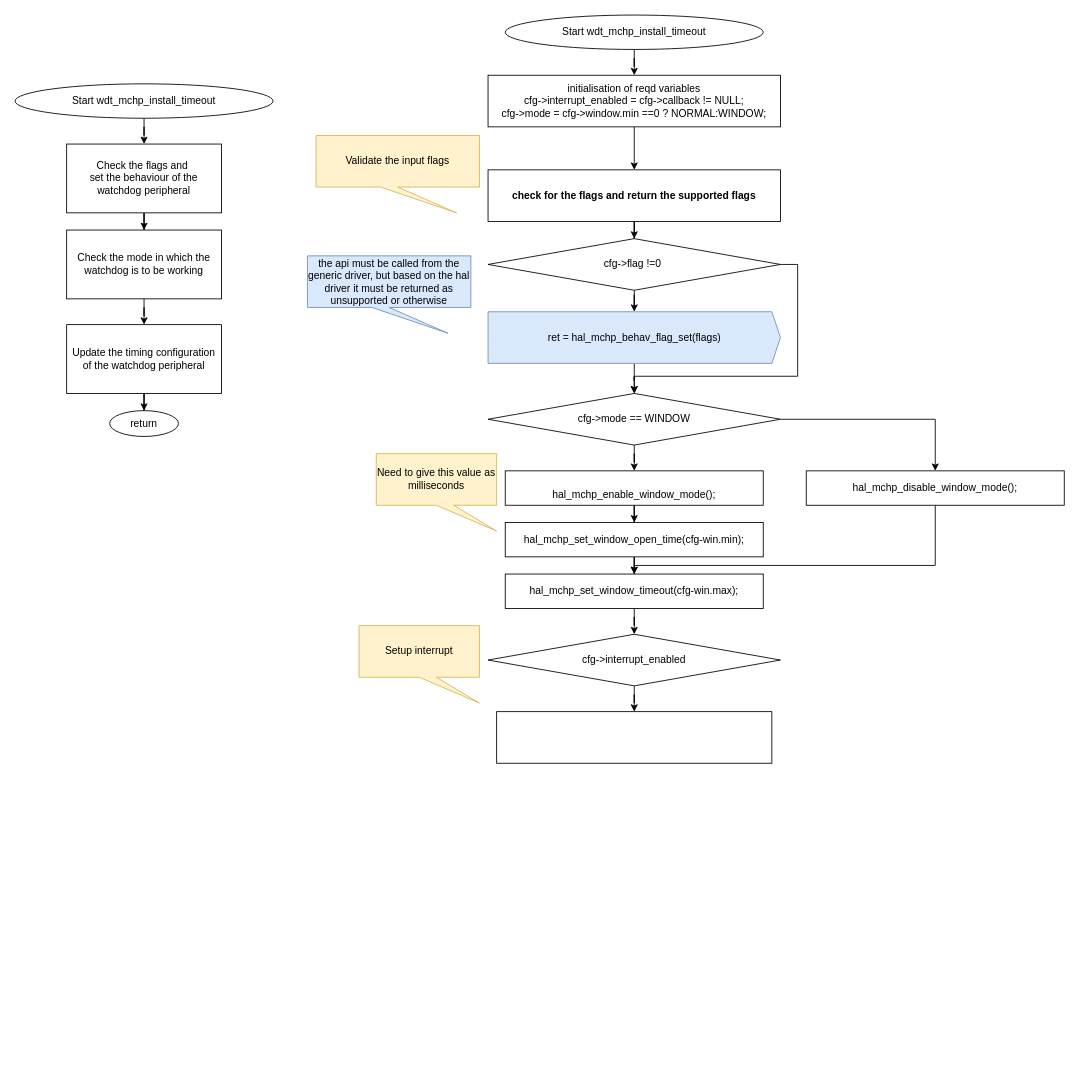
Earlier version of the draw.io diagram page "Generic driver" (1 of 3) of Watchdog design.drawio (ghostMan-pac/aurora_final). Source tidied: cells renumbered, new cells numbered last; positions are measured from the earlier drawing's top-left corner, leaving out a move shared by most shapes. Both pictures are drawn from the tidied source at 86%, with x=0, y=0 at pixel (15, 15).
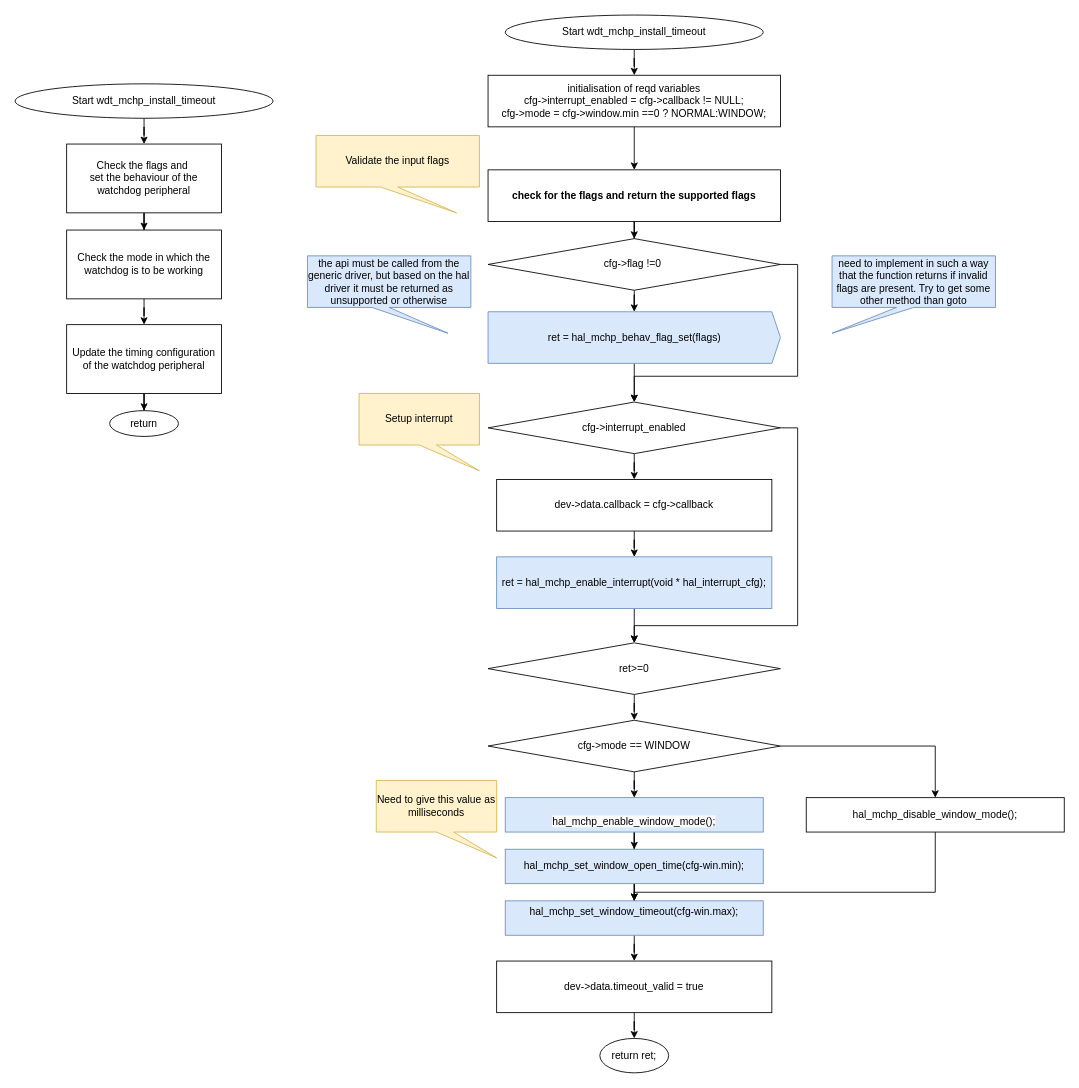
The same diagram, later.

Commit message:
updated the generic api of install timeout

The change refers to these unchanged cells:
```xml
<mxCell id="8" value="cfg-&amp;gt;flag !=0&amp;nbsp;" style="rhombus;whiteSpace=wrap;html=1;" parent="1" vertex="1">
  <mxGeometry x="550" y="260" width="340" height="60" as="geometry" />
</mxCell>
<mxCell id="12" value="ret = hal_mchp_behav_flag_set(flags)" style="html=1;shadow=0;dashed=0;align=center;verticalAlign=middle;shape=mxgraph.arrows2.arrow;dy=0;dx=10;notch=0;fillColor=#dae8fc;strokeColor=#6c8ebf;" parent="1" vertex="1">
  <mxGeometry x="550" y="345" width="340" height="60" as="geometry" />
</mxCell>
```

What changed in the source:
```diff
@@
-    <mxCell id="7" style="edgeStyle=orthogonalEdgeStyle;shape=connector;rounded=0;jettySize=auto;html=1;exitX=1;exitY=0.5;exitDx=0;exitDy=0;entryX=0.5;entryY=0;entryDx=0;entryDy=0;strokeColor=default;strokeWidth=1;align=center;verticalAlign=middle;fontFamily=Helvetica;fontSize=11;fontColor=default;labelBackgroundColor=default;endArrow=classic;" parent="1" edge="1" source="8" target="15">
+    <mxCell id="7" style="edgeStyle=orthogonalEdgeStyle;shape=connector;rounded=0;jettySize=auto;html=1;exitX=1;exitY=0.5;exitDx=0;exitDy=0;entryX=0.5;entryY=0;entryDx=0;entryDy=0;strokeColor=default;strokeWidth=1;align=center;verticalAlign=middle;fontFamily=Helvetica;fontSize=11;fontColor=default;labelBackgroundColor=default;endArrow=classic;" parent="1" edge="1" source="8" target="38">
       <mxGeometry relative="1" as="geometry">
         <Array as="points">
           <mxPoint x="910" y="290" />
           <mxPoint x="910" y="420" />
           <mxPoint x="720" y="420" />
         </Array>
       </mxGeometry>
     </mxCell>
@@
-    <mxCell id="11" style="edgeStyle=orthogonalEdgeStyle;shape=connector;rounded=0;jettySize=auto;html=1;strokeColor=default;strokeWidth=1;align=center;verticalAlign=middle;fontFamily=Helvetica;fontSize=11;fontColor=default;labelBackgroundColor=default;endArrow=classic;" parent="1" edge="1" source="12" target="15">
+    <mxCell id="11" style="edgeStyle=orthogonalEdgeStyle;shape=connector;rounded=0;jettySize=auto;html=1;strokeColor=default;strokeWidth=1;align=center;verticalAlign=middle;fontFamily=Helvetica;fontSize=11;fontColor=default;labelBackgroundColor=default;endArrow=classic;entryX=0.5;entryY=0;entryDx=0;entryDy=0;" parent="1" edge="1" source="12" target="38">
       <mxGeometry relative="1" as="geometry" />
     </mxCell>
@@
-    <mxCell id="13" style="edgeStyle=orthogonalEdgeStyle;shape=connector;rounded=0;jettySize=auto;html=1;strokeColor=default;strokeWidth=1;align=center;verticalAlign=middle;fontFamily=Helvetica;fontSize=11;fontColor=default;labelBackgroundColor=default;endArrow=classic;" parent="1" edge="1" source="15" target="28">
-      <mxGeometry relative="1" as="geometry" />
-    </mxCell>
-    <mxCell id="14" style="edgeStyle=orthogonalEdgeStyle;shape=connector;rounded=0;jettySize=auto;html=1;entryX=0.5;entryY=0;entryDx=0;entryDy=0;strokeColor=default;strokeWidth=1;align=center;verticalAlign=middle;fontFamily=Helvetica;fontSize=11;fontColor=default;labelBackgroundColor=default;endArrow=classic;" parent="1" edge="1" source="15" target="35">
-      <mxGeometry relative="1" as="geometry" />
-    </mxCell>
-    <mxCell id="15" value="cfg-&amp;gt;mode == WINDOW" style="rhombus;whiteSpace=wrap;html=1;" parent="1" vertex="1">
-      <mxGeometry x="550" y="440" width="340" height="60" as="geometry" />
-    </mxCell>
@@
+    <mxCell id="40" value="need to implement in such a way that the function returns if invalid flags are present. Try to get some other method than goto" style="shape=callout;whiteSpace=wrap;html=1;perimeter=calloutPerimeter;position2=1;fillColor=#dae8fc;strokeColor=#6c8ebf;flipH=1;" parent="1" vertex="1">
+      <mxGeometry x="950" y="280" width="190" height="90" as="geometry" />
+    </mxCell>
+    <mxCell id="36" value="Setup interrupt" style="shape=callout;whiteSpace=wrap;html=1;perimeter=calloutPerimeter;position2=1;fillColor=#fff2cc;strokeColor=#d6b656;" parent="1" vertex="1">
+      <mxGeometry x="400" y="440" width="140" height="90" as="geometry" />
+    </mxCell>
+    <mxCell id="41" style="edgeStyle=orthogonalEdgeStyle;shape=connector;rounded=0;jettySize=auto;html=1;strokeColor=default;strokeWidth=1;align=center;verticalAlign=middle;fontFamily=Helvetica;fontSize=11;fontColor=default;labelBackgroundColor=default;endArrow=classic;" parent="1" edge="1" source="38" target="44">
+      <mxGeometry relative="1" as="geometry" />
+    </mxCell>
+    <mxCell id="42" style="edgeStyle=orthogonalEdgeStyle;shape=connector;rounded=0;jettySize=auto;html=1;exitX=1;exitY=0.5;exitDx=0;exitDy=0;entryX=0.5;entryY=0;entryDx=0;entryDy=0;strokeColor=default;strokeWidth=1;align=center;verticalAlign=middle;fontFamily=Helvetica;fontSize=11;fontColor=default;labelBackgroundColor=default;endArrow=classic;" parent="1" edge="1" source="38" target="48">
+      <mxGeometry relative="1" as="geometry">
+        <Array as="points">
+          <mxPoint x="910" y="480" />
+          <mxPoint x="910" y="710" />
+          <mxPoint x="720" y="710" />
+        </Array>
+      </mxGeometry>
+    </mxCell>
+    <mxCell id="38" value="cfg-&amp;gt;interrupt_enabled" style="rhombus;whiteSpace=wrap;html=1;" parent="1" vertex="1">
+      <mxGeometry x="550" y="450" width="340" height="60" as="geometry" />
+    </mxCell>
+    <mxCell id="43" style="edgeStyle=orthogonalEdgeStyle;shape=connector;rounded=0;jettySize=auto;html=1;strokeColor=default;strokeWidth=1;align=center;verticalAlign=middle;fontFamily=Helvetica;fontSize=11;fontColor=default;labelBackgroundColor=default;endArrow=classic;" parent="1" edge="1" source="44" target="46">
+      <mxGeometry relative="1" as="geometry" />
+    </mxCell>
+    <mxCell id="44" value="dev-&amp;gt;data.callback = cfg-&amp;gt;callback" style="whiteSpace=wrap;html=1;" parent="1" vertex="1">
+      <mxGeometry x="560" y="540" width="320" height="60" as="geometry" />
+    </mxCell>
+    <mxCell id="45" style="edgeStyle=orthogonalEdgeStyle;shape=connector;rounded=0;jettySize=auto;html=1;entryX=0.5;entryY=0;entryDx=0;entryDy=0;strokeColor=default;strokeWidth=1;align=center;verticalAlign=middle;fontFamily=Helvetica;fontSize=11;fontColor=default;labelBackgroundColor=default;endArrow=classic;" parent="1" edge="1" source="46" target="48">
+      <mxGeometry relative="1" as="geometry" />
+    </mxCell>
+    <mxCell id="46" value="ret = hal_mchp_enable_interrupt(void * hal_interrupt_cfg);" style="whiteSpace=wrap;html=1;fillColor=#dae8fc;strokeColor=#6c8ebf;" parent="1" vertex="1">
+      <mxGeometry x="560" y="630" width="320" height="60" as="geometry" />
+    </mxCell>
+    <mxCell id="47" style="edgeStyle=orthogonalEdgeStyle;shape=connector;rounded=0;jettySize=auto;html=1;entryX=0.5;entryY=0;entryDx=0;entryDy=0;strokeColor=default;strokeWidth=1;align=center;verticalAlign=middle;fontFamily=Helvetica;fontSize=11;fontColor=default;labelBackgroundColor=default;endArrow=classic;" parent="1" edge="1" source="48" target="15">
+      <mxGeometry relative="1" as="geometry" />
+    </mxCell>
+    <mxCell id="48" value="ret&amp;gt;=0" style="rhombus;whiteSpace=wrap;html=1;" parent="1" vertex="1">
+      <mxGeometry x="550" y="730" width="340" height="60" as="geometry" />
+    </mxCell>
+    <mxCell id="49" style="edgeStyle=orthogonalEdgeStyle;shape=connector;rounded=0;jettySize=auto;html=1;strokeColor=default;strokeWidth=1;align=center;verticalAlign=middle;fontFamily=Helvetica;fontSize=11;fontColor=default;labelBackgroundColor=default;endArrow=classic;" parent="1" edge="1" source="50" target="52">
+      <mxGeometry relative="1" as="geometry" />
+    </mxCell>
+    <mxCell id="50" value="dev-&amp;gt;data.timeout_valid = true" style="whiteSpace=wrap;html=1;" parent="1" vertex="1">
+      <mxGeometry x="560" y="1100" width="320" height="60" as="geometry" />
+    </mxCell>
+    <mxCell id="13" style="edgeStyle=orthogonalEdgeStyle;shape=connector;rounded=0;jettySize=auto;html=1;strokeColor=default;strokeWidth=1;align=center;verticalAlign=middle;fontFamily=Helvetica;fontSize=11;fontColor=default;labelBackgroundColor=default;endArrow=classic;" parent="1" edge="1" source="15" target="28">
+      <mxGeometry relative="1" as="geometry" />
+    </mxCell>
+    <mxCell id="14" style="edgeStyle=orthogonalEdgeStyle;shape=connector;rounded=0;jettySize=auto;html=1;entryX=0.5;entryY=0;entryDx=0;entryDy=0;strokeColor=default;strokeWidth=1;align=center;verticalAlign=middle;fontFamily=Helvetica;fontSize=11;fontColor=default;labelBackgroundColor=default;endArrow=classic;" parent="1" edge="1" source="15" target="35">
+      <mxGeometry relative="1" as="geometry" />
+    </mxCell>
+    <mxCell id="15" value="cfg-&amp;gt;mode == WINDOW" style="rhombus;whiteSpace=wrap;html=1;" parent="1" vertex="1">
+      <mxGeometry x="550" y="820" width="340" height="60" as="geometry" />
+    </mxCell>
@@
-    <mxCell id="28" value="&lt;br&gt;&lt;span style=&quot;color: rgb(0, 0, 0); font-family: Helvetica; font-size: 12px; font-style: normal; font-variant-ligatures: normal; font-variant-caps: normal; font-weight: 400; letter-spacing: normal; orphans: 2; text-align: center; text-indent: 0px; text-transform: none; widows: 2; word-spacing: 0px; -webkit-text-stroke-width: 0px; white-space: normal; background-color: rgb(251, 251, 251); text-decoration-thickness: initial; text-decoration-style: initial; text-decoration-color: initial; float: none; display: inline !important;&quot;&gt;hal_mchp_enable_window_mode();&lt;/span&gt;" style="whiteSpace=wrap;html=1;" parent="1" vertex="1">
-      <mxGeometry x="570" y="530" width="300" height="40" as="geometry" />
+    <mxCell id="28" value="&lt;br&gt;&lt;span style=&quot;color: rgb(0, 0, 0); font-family: Helvetica; font-size: 12px; font-style: normal; font-variant-ligatures: normal; font-variant-caps: normal; font-weight: 400; letter-spacing: normal; orphans: 2; text-align: center; text-indent: 0px; text-transform: none; widows: 2; word-spacing: 0px; -webkit-text-stroke-width: 0px; white-space: normal; background-color: rgb(251, 251, 251); text-decoration-thickness: initial; text-decoration-style: initial; text-decoration-color: initial; float: none; display: inline !important;&quot;&gt;hal_mchp_enable_window_mode();&lt;/span&gt;" style="whiteSpace=wrap;html=1;fillColor=#dae8fc;strokeColor=#6c8ebf;" parent="1" vertex="1">
+      <mxGeometry x="570" y="910" width="300" height="40" as="geometry" />
     </mxCell>
     <mxCell id="29" value="Need to give this value as milliseconds" style="shape=callout;whiteSpace=wrap;html=1;perimeter=calloutPerimeter;position2=1;fillColor=#fff2cc;strokeColor=#d6b656;" parent="1" vertex="1">
-      <mxGeometry x="420" y="510" width="140" height="90" as="geometry" />
+      <mxGeometry x="420" y="890" width="140" height="90" as="geometry" />
     </mxCell>
@@
-    <mxCell id="31" value="hal_mchp_set_window_open_time(cfg-win.min);" style="whiteSpace=wrap;html=1;" parent="1" vertex="1">
-      <mxGeometry x="570" y="590" width="300" height="40" as="geometry" />
+    <mxCell id="31" value="hal_mchp_set_window_open_time(cfg-win.min);" style="whiteSpace=wrap;html=1;fillColor=#dae8fc;strokeColor=#6c8ebf;" parent="1" vertex="1">
+      <mxGeometry x="570" y="970" width="300" height="40" as="geometry" />
     </mxCell>
-    <mxCell id="32" style="edgeStyle=orthogonalEdgeStyle;shape=connector;rounded=0;jettySize=auto;html=1;strokeColor=default;strokeWidth=1;align=center;verticalAlign=middle;fontFamily=Helvetica;fontSize=11;fontColor=default;labelBackgroundColor=default;endArrow=classic;" parent="1" edge="1" source="33" target="38">
-      <mxGeometry relative="1" as="geometry" />
-    </mxCell>
+    <mxCell id="51" style="edgeStyle=orthogonalEdgeStyle;shape=connector;rounded=0;jettySize=auto;html=1;strokeColor=default;strokeWidth=1;align=center;verticalAlign=middle;fontFamily=Helvetica;fontSize=11;fontColor=default;labelBackgroundColor=default;endArrow=classic;" parent="1" edge="1" source="33" target="50">
+      <mxGeometry relative="1" as="geometry" />
+    </mxCell>
-    <mxCell id="33" value="hal_mchp_set_window_timeout(cfg-win.max);" style="whiteSpace=wrap;html=1;" parent="1" vertex="1">
-      <mxGeometry x="570" y="650" width="300" height="40" as="geometry" />
+    <mxCell id="33" value="hal_mchp_set_window_timeout(cfg-win.max);&lt;div&gt;&lt;br&gt;&lt;/div&gt;" style="whiteSpace=wrap;html=1;fillColor=#dae8fc;strokeColor=#6c8ebf;" parent="1" vertex="1">
+      <mxGeometry x="570" y="1030" width="300" height="40" as="geometry" />
     </mxCell>
     <mxCell id="34" style="edgeStyle=orthogonalEdgeStyle;shape=connector;rounded=0;jettySize=auto;html=1;entryX=0.5;entryY=0;entryDx=0;entryDy=0;strokeColor=default;strokeWidth=1;align=center;verticalAlign=middle;fontFamily=Helvetica;fontSize=11;fontColor=default;labelBackgroundColor=default;endArrow=classic;" parent="1" edge="1" source="35" target="33">
       <mxGeometry relative="1" as="geometry">
         <Array as="points">
-          <mxPoint x="1070" y="640" />
-          <mxPoint x="720" y="640" />
+          <mxPoint x="1070" y="1020" />
+          <mxPoint x="720" y="1020" />
         </Array>
       </mxGeometry>
     </mxCell>
     <mxCell id="35" value="hal_mchp_disable_window_mode();" style="whiteSpace=wrap;html=1;" parent="1" vertex="1">
-      <mxGeometry x="920" y="530" width="300" height="40" as="geometry" />
+      <mxGeometry x="920" y="910" width="300" height="40" as="geometry" />
     </mxCell>
-    <mxCell id="36" value="Setup interrupt" style="shape=callout;whiteSpace=wrap;html=1;perimeter=calloutPerimeter;position2=1;fillColor=#fff2cc;strokeColor=#d6b656;" parent="1" vertex="1">
-      <mxGeometry x="400" y="710" width="140" height="90" as="geometry" />
-    </mxCell>
-    <mxCell id="37" style="edgeStyle=orthogonalEdgeStyle;shape=connector;rounded=0;jettySize=auto;html=1;strokeColor=default;strokeWidth=1;align=center;verticalAlign=middle;fontFamily=Helvetica;fontSize=11;fontColor=default;labelBackgroundColor=default;endArrow=classic;" parent="1" edge="1" source="38" target="39">
-      <mxGeometry relative="1" as="geometry" />
-    </mxCell>
-    <mxCell id="38" value="cfg-&amp;gt;interrupt_enabled" style="rhombus;whiteSpace=wrap;html=1;" parent="1" vertex="1">
-      <mxGeometry x="550" y="720" width="340" height="60" as="geometry" />
-    </mxCell>
-    <mxCell id="39" style="whiteSpace=wrap;html=1;" parent="1" vertex="1">
-      <mxGeometry x="560" y="810" width="320" height="60" as="geometry" />
-    </mxCell>
+    <mxCell id="52" value="return ret;" style="ellipse;whiteSpace=wrap;html=1;" parent="1" vertex="1">
+      <mxGeometry x="680" y="1190" width="80" height="40" as="geometry" />
+    </mxCell>
```
